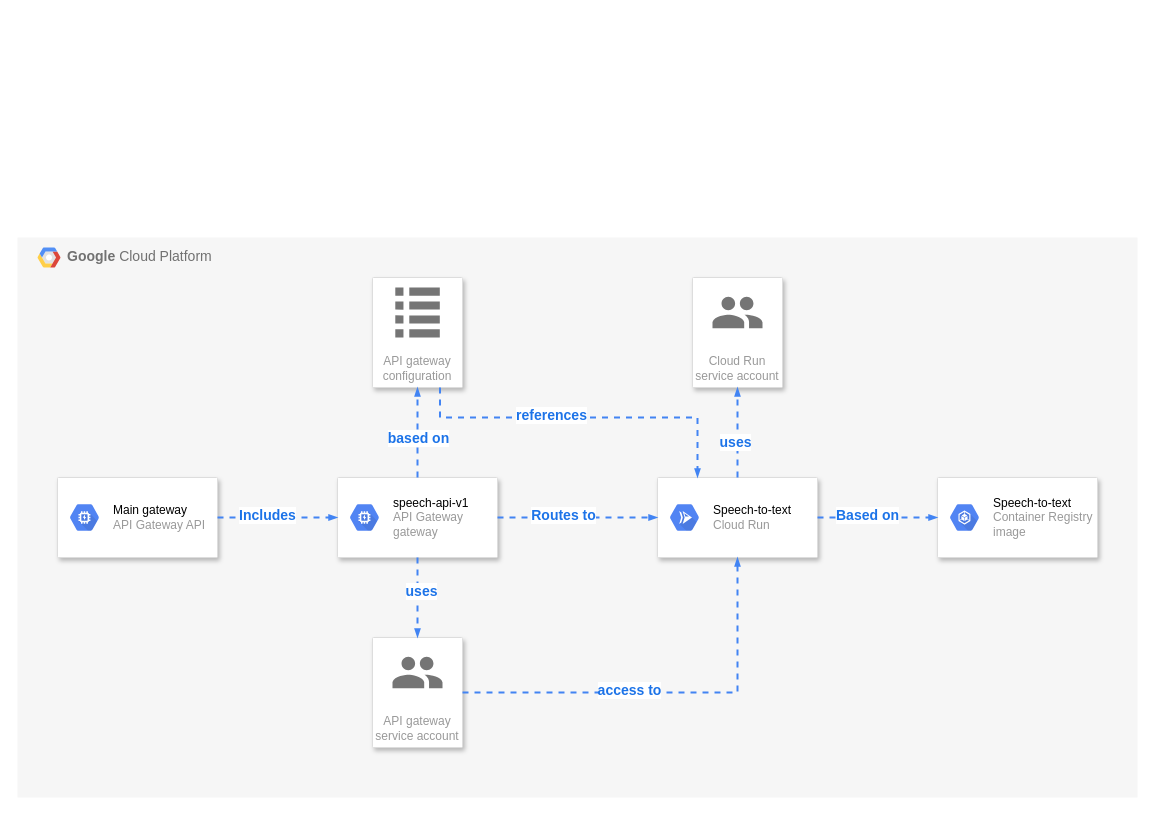
The draw.io diagram doc/speech-to-text.drawio in LaurensVijnck/speech-api, before the edit. Source tidied: cells renumbered, new cells numbered last; positions are measured from the earlier drawing's top-left corner, leaving out a move shared by most shapes. Both pictures are drawn from the tidied source at 100%, with x=0, y=0 at pixel (17, 237).
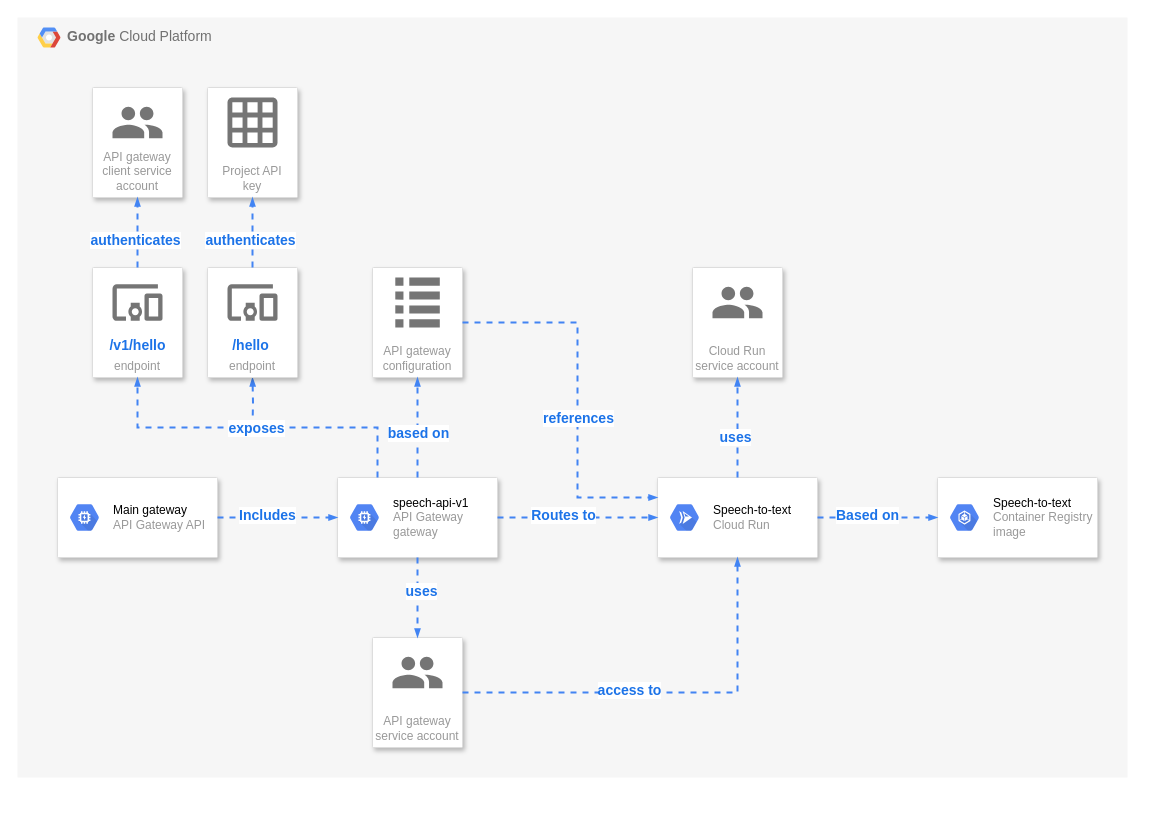
After the change.

The change refers to these unchanged cells:
```xml
<mxCell id="4" style="strokeColor=#dddddd;shadow=1;strokeWidth=1;rounded=1;absoluteArcSize=1;arcSize=2;" parent="1" vertex="1">
  <mxGeometry x="640" y="240" width="160" height="80" as="geometry" />
</mxCell>
<mxCell id="18" style="strokeColor=#dddddd;shadow=1;strokeWidth=1;rounded=1;absoluteArcSize=1;arcSize=2;fontSize=14;fontColor=#1C73E8;" parent="1" vertex="1">
  <mxGeometry x="320" y="240" width="160" height="80" as="geometry" />
</mxCell>
```

Diff of the diagram source:
```diff
@@
     <mxCell id="2" value="&lt;b&gt;Google &lt;/b&gt;Cloud Platform" style="fillColor=#F6F6F6;strokeColor=none;shadow=0;gradientColor=none;fontSize=14;align=left;spacing=10;fontColor=#717171;9E9E9E;verticalAlign=top;spacingTop=-4;fontStyle=0;spacingLeft=40;html=1;" parent="1" vertex="1">
-      <mxGeometry width="1120" height="560" as="geometry" />
+      <mxGeometry y="-220" width="1110" height="760" as="geometry" />
     </mxCell>
-    <mxCell id="3" style="shape=mxgraph.gcp2.google_cloud_platform;fillColor=#F6F6F6;strokeColor=none;shadow=0;gradientColor=none;" parent="2" vertex="1">
-      <mxGeometry width="23" height="20" relative="1" as="geometry">
-        <mxPoint x="20" y="10" as="offset" />
-      </mxGeometry>
-    </mxCell>
+    <mxCell id="34" style="shape=mxgraph.gcp2.google_cloud_platform;fillColor=#F6F6F6;strokeColor=none;shadow=0;gradientColor=none;" parent="2" vertex="1">
+      <mxGeometry width="23" height="20" relative="1" as="geometry">
+        <mxPoint x="20" y="10" as="offset" />
+      </mxGeometry>
+    </mxCell>
+    <mxCell id="35" style="edgeStyle=orthogonalEdgeStyle;fontSize=12;html=1;endArrow=blockThin;endFill=1;rounded=0;strokeWidth=2;endSize=4;startSize=4;dashed=1;strokeColor=#4284F3;entryX=0.5;entryY=1;entryDx=0;entryDy=0;" parent="1" edge="1" target="40">
+      <mxGeometry relative="1" as="geometry">
+        <mxPoint x="235" y="190" as="sourcePoint" />
+      </mxGeometry>
+    </mxCell>
@@
     <mxCell id="6" value="API gateway&#10;configuration" style="strokeColor=#dddddd;shadow=1;strokeWidth=1;rounded=1;absoluteArcSize=1;arcSize=2;labelPosition=center;verticalLabelPosition=middle;align=center;verticalAlign=bottom;spacingLeft=0;fontColor=#999999;fontSize=12;whiteSpace=wrap;spacingBottom=2;" parent="1" vertex="1">
-      <mxGeometry x="355" y="40" width="90" height="110" as="geometry" />
+      <mxGeometry x="355" y="30" width="90" height="110" as="geometry" />
     </mxCell>
@@
     <mxCell id="10" value="Cloud Run&#10;service account" style="strokeColor=#dddddd;shadow=1;strokeWidth=1;rounded=1;absoluteArcSize=1;arcSize=2;labelPosition=center;verticalLabelPosition=middle;align=center;verticalAlign=bottom;spacingLeft=0;fontColor=#999999;fontSize=12;whiteSpace=wrap;spacingBottom=2;" parent="1" vertex="1">
-      <mxGeometry x="675" y="40" width="90" height="110" as="geometry" />
+      <mxGeometry x="675" y="30" width="90" height="110" as="geometry" />
     </mxCell>
@@
-    <mxCell id="16" style="edgeStyle=orthogonalEdgeStyle;fontSize=12;html=1;endArrow=blockThin;endFill=1;rounded=0;strokeWidth=2;endSize=4;startSize=4;dashed=1;strokeColor=#4284F3;entryX=0.25;entryY=0;entryDx=0;entryDy=0;exitX=0.75;exitY=1;exitDx=0;exitDy=0;" parent="1" edge="1" source="6" target="4">
+    <mxCell id="16" style="edgeStyle=orthogonalEdgeStyle;fontSize=12;html=1;endArrow=blockThin;endFill=1;rounded=0;strokeWidth=2;endSize=4;startSize=4;dashed=1;strokeColor=#4284F3;entryX=0;entryY=0.25;entryDx=0;entryDy=0;exitX=1;exitY=0.5;exitDx=0;exitDy=0;" parent="1" edge="1" source="6" target="4">
       <mxGeometry relative="1" as="geometry">
         <Array as="points">
-          <mxPoint x="423" y="180" />
-          <mxPoint x="680" y="180" />
+          <mxPoint x="560" y="85" />
+          <mxPoint x="560" y="260" />
         </Array>
       </mxGeometry>
     </mxCell>
     <mxCell id="17" value="references" style="text;html=1;align=center;verticalAlign=middle;labelBackgroundColor=#ffffff;fontColor=#1C73E8;fontStyle=1;fontSize=14;" parent="16" vertex="1">
-      <mxGeometry x="-0.19" y="3" relative="1" as="geometry" />
+      <mxGeometry x="-0.19" y="3" relative="1" as="geometry">
+        <mxPoint x="-3" y="60.5" as="offset" />
+      </mxGeometry>
     </mxCell>
@@
+    <mxCell id="36" value="API gateway&#10;client service&#10;account" style="strokeColor=#dddddd;shadow=1;strokeWidth=1;rounded=1;absoluteArcSize=1;arcSize=2;labelPosition=center;verticalLabelPosition=middle;align=center;verticalAlign=bottom;spacingLeft=0;fontColor=#999999;fontSize=12;whiteSpace=wrap;spacingBottom=2;" parent="1" vertex="1">
+      <mxGeometry x="75" y="-150" width="90" height="110" as="geometry" />
+    </mxCell>
+    <mxCell id="37" style="dashed=0;html=1;fillColor=#757575;strokeColor=none;shape=mxgraph.gcp2.users;" parent="36" vertex="1">
+      <mxGeometry x="0.5" width="50" height="31.5" relative="1" as="geometry">
+        <mxPoint x="-25" y="19.2" as="offset" />
+      </mxGeometry>
+    </mxCell>
+    <mxCell id="38" value="Project API &#10;key" style="strokeColor=#dddddd;shadow=1;strokeWidth=1;rounded=1;absoluteArcSize=1;arcSize=2;labelPosition=center;verticalLabelPosition=middle;align=center;verticalAlign=bottom;spacingLeft=0;fontColor=#999999;fontSize=12;whiteSpace=wrap;spacingBottom=2;" parent="1" vertex="1">
+      <mxGeometry x="190" y="-150" width="90" height="110" as="geometry" />
+    </mxCell>
+    <mxCell id="39" style="dashed=0;html=1;fillColor=#757575;strokeColor=none;shape=mxgraph.gcp2.report;" parent="38" vertex="1">
+      <mxGeometry x="0.5" width="50" height="50" relative="1" as="geometry">
+        <mxPoint x="-25" y="10" as="offset" />
+      </mxGeometry>
+    </mxCell>
+    <mxCell id="40" value="&#10;endpoint" style="strokeColor=#dddddd;shadow=1;strokeWidth=1;rounded=1;absoluteArcSize=1;arcSize=2;labelPosition=center;verticalLabelPosition=middle;align=center;verticalAlign=bottom;spacingLeft=0;fontColor=#999999;fontSize=12;whiteSpace=wrap;spacingBottom=2;" parent="1" vertex="1">
+      <mxGeometry x="190" y="30" width="90" height="110" as="geometry" />
+    </mxCell>
+    <mxCell id="41" style="dashed=0;html=1;fillColor=#757575;strokeColor=none;shape=mxgraph.gcp2.mobile_devices;" parent="40" vertex="1">
+      <mxGeometry x="0.5" width="50" height="36.5" relative="1" as="geometry">
+        <mxPoint x="-25" y="16.8" as="offset" />
+      </mxGeometry>
+    </mxCell>
+    <mxCell id="42" value="/hello" style="text;html=1;align=center;verticalAlign=middle;labelBackgroundColor=#ffffff;fontColor=#1C73E8;fontStyle=1;fontSize=14;" parent="40" vertex="1">
+      <mxGeometry x="76" y="80" as="geometry">
+        <mxPoint x="-33.3" y="-3" as="offset" />
+      </mxGeometry>
+    </mxCell>
+    <mxCell id="43" value="&#10;endpoint" style="strokeColor=#dddddd;shadow=1;strokeWidth=1;rounded=1;absoluteArcSize=1;arcSize=2;labelPosition=center;verticalLabelPosition=middle;align=center;verticalAlign=bottom;spacingLeft=0;fontColor=#999999;fontSize=12;whiteSpace=wrap;spacingBottom=2;" parent="1" vertex="1">
+      <mxGeometry x="75" y="30" width="90" height="110" as="geometry" />
+    </mxCell>
+    <mxCell id="44" style="dashed=0;html=1;fillColor=#757575;strokeColor=none;shape=mxgraph.gcp2.mobile_devices;" parent="43" vertex="1">
+      <mxGeometry x="0.5" width="50" height="36.5" relative="1" as="geometry">
+        <mxPoint x="-25" y="16.8" as="offset" />
+      </mxGeometry>
+    </mxCell>
+    <mxCell id="45" value="/v1/hello" style="text;html=1;align=center;verticalAlign=middle;labelBackgroundColor=#ffffff;fontColor=#1C73E8;fontStyle=1;fontSize=14;" parent="43" vertex="1">
+      <mxGeometry x="78" y="80" as="geometry">
+        <mxPoint x="-33.3" y="-3" as="offset" />
+      </mxGeometry>
+    </mxCell>
+    <mxCell id="46" style="edgeStyle=orthogonalEdgeStyle;fontSize=12;html=1;endArrow=blockThin;endFill=1;rounded=0;strokeWidth=2;endSize=4;startSize=4;dashed=1;strokeColor=#4284F3;entryX=0.5;entryY=1;entryDx=0;entryDy=0;exitX=0.25;exitY=0;exitDx=0;exitDy=0;" parent="1" edge="1" source="18" target="43">
+      <mxGeometry relative="1" as="geometry" />
+    </mxCell>
+    <mxCell id="47" value="exposes" style="text;html=1;align=center;verticalAlign=middle;labelBackgroundColor=#ffffff;fontColor=#1C73E8;fontStyle=1;fontSize=14;" parent="46" vertex="1">
+      <mxGeometry x="-0.19" y="3" relative="1" as="geometry">
+        <mxPoint x="-33.3" y="-3" as="offset" />
+      </mxGeometry>
+    </mxCell>
+    <mxCell id="48" style="edgeStyle=orthogonalEdgeStyle;fontSize=12;html=1;endArrow=blockThin;endFill=1;rounded=0;strokeWidth=2;endSize=4;startSize=4;dashed=1;strokeColor=#4284F3;exitX=0.5;exitY=0;exitDx=0;exitDy=0;entryX=0.5;entryY=1;entryDx=0;entryDy=0;" parent="1" edge="1" source="40" target="38">
+      <mxGeometry relative="1" as="geometry" />
+    </mxCell>
+    <mxCell id="49" value="authenticates" style="text;html=1;align=center;verticalAlign=middle;labelBackgroundColor=#ffffff;fontColor=#1C73E8;fontStyle=1;fontSize=14;" parent="48" vertex="1">
+      <mxGeometry x="-0.19" y="3" relative="1" as="geometry" />
+    </mxCell>
+    <mxCell id="50" style="edgeStyle=orthogonalEdgeStyle;fontSize=12;html=1;endArrow=blockThin;endFill=1;rounded=0;strokeWidth=2;endSize=4;startSize=4;dashed=1;strokeColor=#4284F3;exitX=0.5;exitY=0;exitDx=0;exitDy=0;entryX=0.5;entryY=1;entryDx=0;entryDy=0;" parent="1" edge="1" source="43" target="36">
+      <mxGeometry relative="1" as="geometry">
+        <Array as="points">
+          <mxPoint x="120" />
+          <mxPoint x="120" />
+        </Array>
+      </mxGeometry>
+    </mxCell>
+    <mxCell id="51" value="authenticates" style="text;html=1;align=center;verticalAlign=middle;labelBackgroundColor=#ffffff;fontColor=#1C73E8;fontStyle=1;fontSize=14;" parent="50" vertex="1">
+      <mxGeometry x="-0.19" y="3" relative="1" as="geometry" />
+    </mxCell>
```
